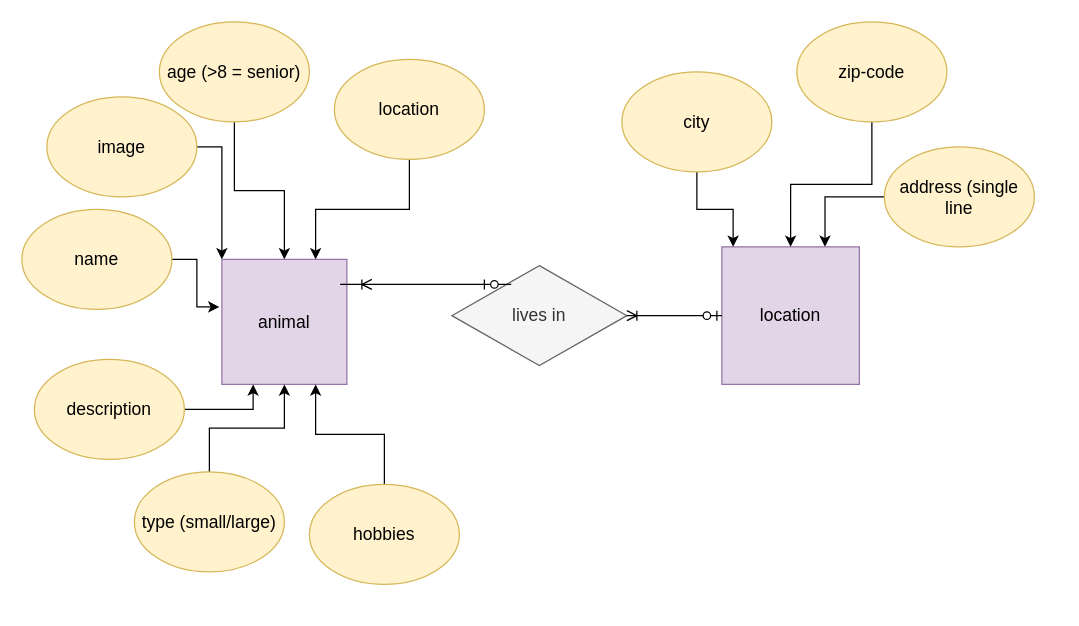
The draw.io diagram database_development_CR11/ERdiagram_CR11.drawio in Carina20/LMSCF-Carina-CR11, before the edit. Source tidied: cells renumbered, new cells numbered last; positions are measured from the earlier drawing's top-left corner, leaving out a move shared by most shapes. Both pictures are drawn from the tidied source at 125%, with x=0, y=0 at pixel (21, 21).
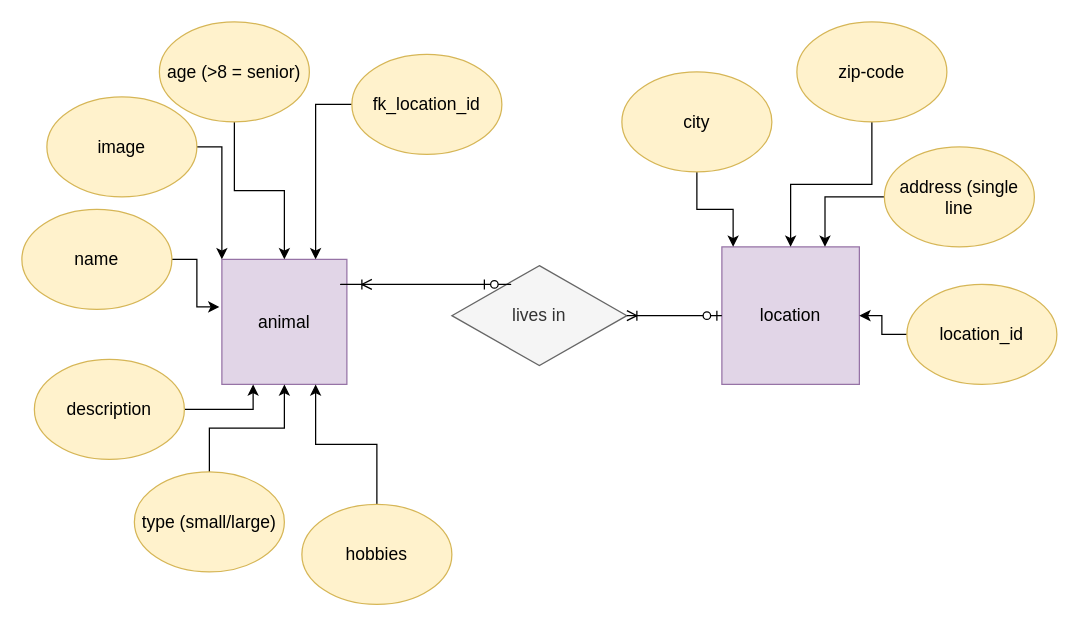
Above is the later version.

The change refers to these unchanged cells:
```xml
<mxCell id="2" value="location" style="whiteSpace=wrap;html=1;fontSize=14;fillColor=#e1d5e7;strokeColor=#9673a6;" parent="1" vertex="1">
  <mxGeometry x="560" y="180" width="110" height="110" as="geometry" />
</mxCell>
<mxCell id="3" value="animal" style="whiteSpace=wrap;html=1;fontSize=14;fillColor=#e1d5e7;strokeColor=#9673a6;" parent="1" vertex="1">
  <mxGeometry x="160" y="190" width="100" height="100" as="geometry" />
</mxCell>
```

What changed in the source:
```diff
@@
-    <mxCell id="21" style="edgeStyle=orthogonalEdgeStyle;rounded=0;jettySize=auto;html=1;entryX=0.75;entryY=0;entryDx=0;entryDy=0;fontSize=14;" parent="1" edge="1" source="22" target="3">
-      <mxGeometry relative="1" as="geometry" />
-    </mxCell>
-    <mxCell id="22" value="location" style="ellipse;whiteSpace=wrap;html=1;fontSize=14;fillColor=#fff2cc;strokeColor=#d6b656;" parent="1" vertex="1">
-      <mxGeometry x="250" y="30" width="120" height="80" as="geometry" />
-    </mxCell>
@@
     <mxCell id="24" value="hobbies" style="ellipse;whiteSpace=wrap;html=1;fontSize=14;fillColor=#fff2cc;strokeColor=#d6b656;" parent="1" vertex="1">
-      <mxGeometry x="230" y="370" width="120" height="80" as="geometry" />
+      <mxGeometry x="224" y="386" width="120" height="80" as="geometry" />
     </mxCell>
@@
+    <mxCell id="27" style="edgeStyle=orthogonalEdgeStyle;rounded=0;jettySize=auto;html=1;" parent="1" edge="1" source="28" target="2">
+      <mxGeometry relative="1" as="geometry" />
+    </mxCell>
+    <mxCell id="28" value="location_id" style="ellipse;whiteSpace=wrap;html=1;fontSize=14;fillColor=#fff2cc;strokeColor=#d6b656;" parent="1" vertex="1">
+      <mxGeometry x="708" y="210" width="120" height="80" as="geometry" />
+    </mxCell>
+    <mxCell id="29" style="edgeStyle=orthogonalEdgeStyle;rounded=0;jettySize=auto;html=1;entryX=0.75;entryY=0;entryDx=0;entryDy=0;" parent="1" edge="1" source="30" target="3">
+      <mxGeometry relative="1" as="geometry" />
+    </mxCell>
+    <mxCell id="30" value="fk_location_id" style="ellipse;whiteSpace=wrap;html=1;fontSize=14;fillColor=#fff2cc;strokeColor=#d6b656;" parent="1" vertex="1">
+      <mxGeometry x="264" y="26" width="120" height="80" as="geometry" />
+    </mxCell>
```
